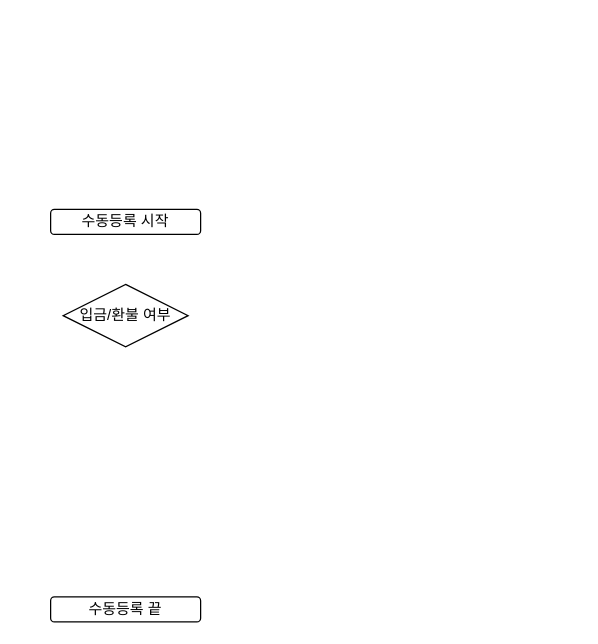
This is page "입금/환불 수동 삭제" (3 of 5) of 제목 없는 다이어그램.drawio from nsnnsn12/TestProject, a draw.io file, before an edit. Source tidied: cells renumbered, new cells numbered last; positions are measured from the earlier drawing's top-left corner, leaving out a move shared by most shapes. Both pictures are drawn from the tidied source at 125%, with x=0, y=0 at pixel (50, 209).
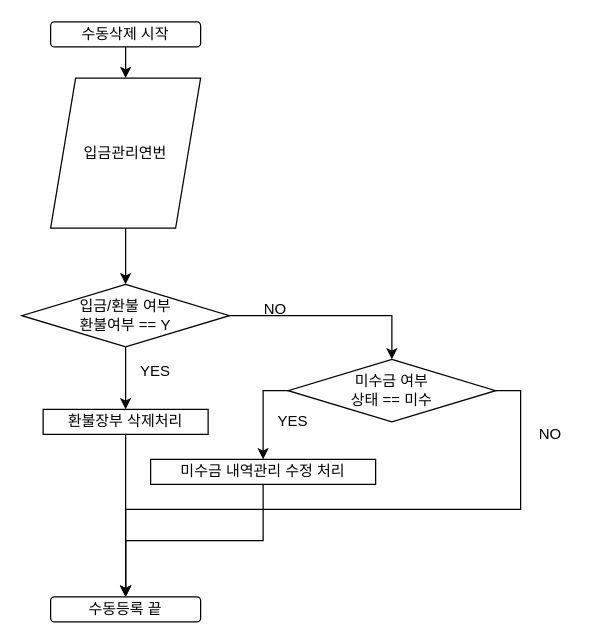
The same page after the edit.

Commit message (it also covers changes not shown here):
제목 없는 다이어그램.drawio 업데이트

The change refers to these unchanged cells:
```xml
<mxCell id="3" value="수동등록 끝" style="rounded=1;whiteSpace=wrap;html=1;" parent="1" vertex="1">
  <mxGeometry y="310" width="120" height="20" as="geometry" />
</mxCell>
```

What changed in the source:
```diff
@@
-    <mxCell id="2" value="수동등록 시작" style="rounded=1;whiteSpace=wrap;html=1;" parent="1" vertex="1">
-      <mxGeometry width="120" height="20" as="geometry" />
-    </mxCell>
+    <mxCell id="5" style="edgeStyle=orthogonalEdgeStyle;rounded=0;jettySize=auto;html=1;exitX=0.5;exitY=1;exitDx=0;exitDy=0;" parent="1" edge="1" source="6" target="11">
+      <mxGeometry relative="1" as="geometry" />
+    </mxCell>
+    <mxCell id="6" value="수동삭제 시작" style="rounded=1;whiteSpace=wrap;html=1;" parent="1" vertex="1">
+      <mxGeometry y="-150" width="120" height="20" as="geometry" />
+    </mxCell>
@@
-    <mxCell id="4" value="입금/환불 여부" style="rhombus;whiteSpace=wrap;html=1;" parent="1" vertex="1">
-      <mxGeometry x="10" y="60" width="100" height="50" as="geometry" />
-    </mxCell>
+    <mxCell id="7" style="edgeStyle=orthogonalEdgeStyle;rounded=0;jettySize=auto;html=1;exitX=0.5;exitY=1;exitDx=0;exitDy=0;entryX=0.5;entryY=0;entryDx=0;entryDy=0;" parent="1" edge="1" source="9" target="13">
+      <mxGeometry relative="1" as="geometry" />
+    </mxCell>
+    <mxCell id="8" style="edgeStyle=orthogonalEdgeStyle;rounded=0;jettySize=auto;html=1;exitX=1;exitY=0.5;exitDx=0;exitDy=0;entryX=0.5;entryY=0;entryDx=0;entryDy=0;" parent="1" edge="1" source="9" target="16">
+      <mxGeometry relative="1" as="geometry" />
+    </mxCell>
+    <mxCell id="9" value="입금/환불 여부&lt;br&gt;환불여부 == Y" style="rhombus;whiteSpace=wrap;html=1;" parent="1" vertex="1">
+      <mxGeometry x="-23" y="60" width="166" height="50" as="geometry" />
+    </mxCell>
+    <mxCell id="10" style="edgeStyle=orthogonalEdgeStyle;rounded=0;jettySize=auto;html=1;exitX=0.5;exitY=1;exitDx=0;exitDy=0;" parent="1" edge="1" source="11" target="9">
+      <mxGeometry relative="1" as="geometry" />
+    </mxCell>
+    <mxCell id="11" value="입금관리연번" style="shape=parallelogram;perimeter=parallelogramPerimeter;whiteSpace=wrap;html=1;fixedSize=1;" parent="1" vertex="1">
+      <mxGeometry y="-105" width="120" height="120" as="geometry" />
+    </mxCell>
+    <mxCell id="12" style="edgeStyle=orthogonalEdgeStyle;rounded=0;jettySize=auto;html=1;exitX=0.5;exitY=1;exitDx=0;exitDy=0;" parent="1" edge="1" source="13" target="3">
+      <mxGeometry relative="1" as="geometry" />
+    </mxCell>
+    <mxCell id="13" value="환불장부 삭제처리" style="rounded=0;whiteSpace=wrap;html=1;" parent="1" vertex="1">
+      <mxGeometry x="-6" y="160" width="132" height="20" as="geometry" />
+    </mxCell>
+    <mxCell id="14" style="edgeStyle=orthogonalEdgeStyle;rounded=0;jettySize=auto;html=1;exitX=1;exitY=0.5;exitDx=0;exitDy=0;" parent="1" edge="1" source="16" target="3">
+      <mxGeometry relative="1" as="geometry" />
+    </mxCell>
+    <mxCell id="15" style="edgeStyle=orthogonalEdgeStyle;rounded=0;jettySize=auto;html=1;exitX=0;exitY=0.5;exitDx=0;exitDy=0;" parent="1" edge="1" source="16" target="20">
+      <mxGeometry relative="1" as="geometry" />
+    </mxCell>
+    <mxCell id="16" value="미수금 여부&lt;br&gt;상태 == 미수" style="rhombus;whiteSpace=wrap;html=1;" parent="1" vertex="1">
+      <mxGeometry x="190" y="120" width="166" height="50" as="geometry" />
+    </mxCell>
+    <mxCell id="17" value="YES" style="text;html=1;strokeColor=none;fillColor=none;align=center;verticalAlign=middle;whiteSpace=wrap;rounded=0;" parent="1" vertex="1">
+      <mxGeometry x="64" y="120" width="40" height="20" as="geometry" />
+    </mxCell>
+    <mxCell id="18" value="NO" style="text;html=1;strokeColor=none;fillColor=none;align=center;verticalAlign=middle;whiteSpace=wrap;rounded=0;" parent="1" vertex="1">
+      <mxGeometry x="160" y="70" width="40" height="20" as="geometry" />
+    </mxCell>
+    <mxCell id="19" style="edgeStyle=orthogonalEdgeStyle;rounded=0;jettySize=auto;html=1;exitX=0.5;exitY=1;exitDx=0;exitDy=0;entryX=0.5;entryY=0;entryDx=0;entryDy=0;" parent="1" edge="1" source="20" target="3">
+      <mxGeometry relative="1" as="geometry" />
+    </mxCell>
+    <mxCell id="20" value="미수금 내역관리 수정 처리" style="rounded=0;whiteSpace=wrap;html=1;" parent="1" vertex="1">
+      <mxGeometry x="80" y="200" width="180" height="20" as="geometry" />
+    </mxCell>
+    <mxCell id="21" value="YES" style="text;html=1;strokeColor=none;fillColor=none;align=center;verticalAlign=middle;whiteSpace=wrap;rounded=0;" parent="1" vertex="1">
+      <mxGeometry x="174" y="160" width="40" height="20" as="geometry" />
+    </mxCell>
+    <mxCell id="22" value="NO" style="text;html=1;strokeColor=none;fillColor=none;align=center;verticalAlign=middle;whiteSpace=wrap;rounded=0;" parent="1" vertex="1">
+      <mxGeometry x="380" y="170" width="40" height="20" as="geometry" />
+    </mxCell>
```
